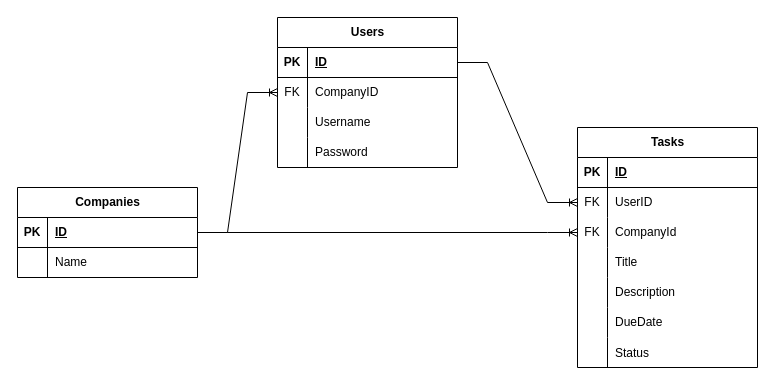
DavidUKr/TimeManager keeps this draw.io diagram as Extras/DBTimeMan.drawio. Above is the earlier version. Source tidied: cells renumbered, new cells numbered last; positions are measured from the earlier drawing's top-left corner, leaving out a move shared by most shapes. Both pictures are drawn from the tidied source at 100%, with x=0, y=0 at pixel (17, 17).
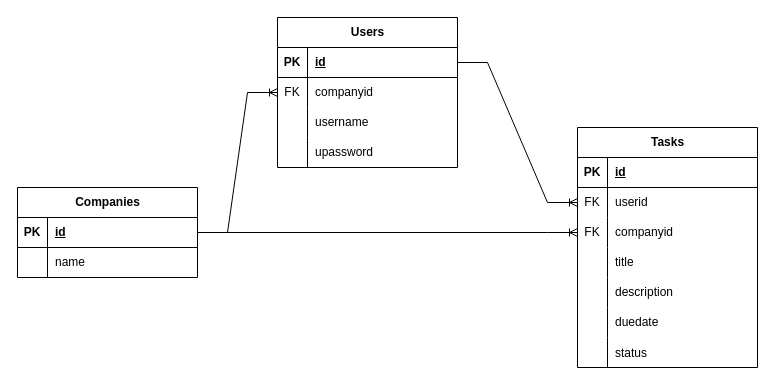
The same diagram, later.

The change refers to these unchanged cells:
```xml
<mxCell id="3" style="shape=tableRow;horizontal=0;startSize=0;swimlaneHead=0;swimlaneBody=0;fillColor=none;points=[[0,0.5],[1,0.5]];portConstraint=eastwest;top=0;left=0;right=0;bottom=1;" parent="2" vertex="1">
  <mxGeometry y="30" width="180" height="30" as="geometry" />
</mxCell>
<mxCell id="6" style="shape=tableRow;horizontal=0;startSize=0;swimlaneHead=0;swimlaneBody=0;fillColor=none;top=0;left=0;right=0;bottom=0;" parent="2" vertex="1">
  <mxGeometry y="60" width="180" height="30" as="geometry" />
</mxCell>
<mxCell id="10" style="shape=tableRow;horizontal=0;startSize=0;swimlaneHead=0;swimlaneBody=0;fillColor=none;points=[[0,0.5],[1,0.5]];portConstraint=eastwest;top=0;left=0;right=0;bottom=1;" parent="9" vertex="1">
  <mxGeometry y="30" width="180" height="30" as="geometry" />
</mxCell>
<mxCell id="13" style="shape=tableRow;horizontal=0;startSize=0;swimlaneHead=0;swimlaneBody=0;fillColor=none;points=[[0,0.5],[1,0.5]];portConstraint=eastwest;top=0;left=0;right=0;bottom=0;" parent="9" vertex="1">
  <mxGeometry y="60" width="180" height="30" as="geometry" />
</mxCell>
<mxCell id="16" style="shape=tableRow;horizontal=0;startSize=0;swimlaneHead=0;swimlaneBody=0;fillColor=none;top=0;left=0;right=0;bottom=0;" parent="9" vertex="1">
  <mxGeometry y="90" width="180" height="30" as="geometry" />
</mxCell>
<mxCell id="19" style="shape=tableRow;horizontal=0;startSize=0;swimlaneHead=0;swimlaneBody=0;fillColor=none;top=0;left=0;right=0;bottom=0;" parent="9" vertex="1">
  <mxGeometry y="120" width="180" height="30" as="geometry" />
</mxCell>
<mxCell id="24" style="shape=tableRow;horizontal=0;startSize=0;swimlaneHead=0;swimlaneBody=0;fillColor=none;top=0;left=0;right=0;bottom=1;" parent="23" vertex="1">
  <mxGeometry y="30" width="180" height="30" as="geometry" />
</mxCell>
<mxCell id="27" style="shape=tableRow;horizontal=0;startSize=0;swimlaneHead=0;swimlaneBody=0;fillColor=none;points=[[0,0.5],[1,0.5]];portConstraint=eastwest;top=0;left=0;right=0;bottom=0;" parent="23" vertex="1">
  <mxGeometry y="60" width="180" height="30" as="geometry" />
</mxCell>
<mxCell id="30" style="shape=tableRow;horizontal=0;startSize=0;swimlaneHead=0;swimlaneBody=0;fillColor=none;points=[[0,0.5],[1,0.5]];portConstraint=eastwest;top=0;left=0;right=0;bottom=0;" parent="23" vertex="1">
  <mxGeometry y="90" width="180" height="30" as="geometry" />
</mxCell>
<mxCell id="33" style="shape=tableRow;horizontal=0;startSize=0;swimlaneHead=0;swimlaneBody=0;fillColor=none;top=0;left=0;right=0;bottom=0;" parent="23" vertex="1">
  <mxGeometry y="120" width="180" height="30" as="geometry" />
</mxCell>
<mxCell id="36" style="shape=tableRow;horizontal=0;startSize=0;swimlaneHead=0;swimlaneBody=0;fillColor=none;top=0;left=0;right=0;bottom=0;" parent="23" vertex="1">
  <mxGeometry y="150" width="180" height="30" as="geometry" />
</mxCell>
<mxCell id="39" style="shape=tableRow;horizontal=0;startSize=0;swimlaneHead=0;swimlaneBody=0;fillColor=none;top=0;left=0;right=0;bottom=0;" parent="23" vertex="1">
  <mxGeometry y="180" width="180" height="30" as="geometry" />
</mxCell>
<mxCell id="42" style="shape=tableRow;horizontal=0;startSize=0;swimlaneHead=0;swimlaneBody=0;fillColor=none;top=0;left=0;right=0;bottom=0;" parent="23" vertex="1">
  <mxGeometry y="210" width="180" height="30" as="geometry" />
</mxCell>
```

Diff of the diagram source:
```diff
@@
-    <mxCell id="5" value="ID" style="shape=partialRectangle;fillColor=none;top=0;left=0;bottom=0;right=0;align=left;spacingLeft=6;fontStyle=5;overflow=hidden;whiteSpace=wrap;html=1;" parent="3" vertex="1">
+    <mxCell id="5" value="id" style="shape=partialRectangle;fillColor=none;top=0;left=0;bottom=0;right=0;align=left;spacingLeft=6;fontStyle=5;overflow=hidden;whiteSpace=wrap;html=1;" parent="3" vertex="1">
       <mxGeometry x="30" width="150" height="30" as="geometry" />
     </mxCell>
@@
-    <mxCell id="8" value="Name" style="shape=partialRectangle;fillColor=none;top=0;left=0;bottom=0;right=0;align=left;spacingLeft=6;overflow=hidden;whiteSpace=wrap;html=1;" parent="6" vertex="1">
+    <mxCell id="8" value="name" style="shape=partialRectangle;fillColor=none;top=0;left=0;bottom=0;right=0;align=left;spacingLeft=6;overflow=hidden;whiteSpace=wrap;html=1;" parent="6" vertex="1">
       <mxGeometry x="30" width="150" height="30" as="geometry" />
     </mxCell>
@@
-    <mxCell id="12" value="ID" style="shape=partialRectangle;fillColor=none;top=0;left=0;bottom=0;right=0;align=left;spacingLeft=6;fontStyle=5;overflow=hidden;whiteSpace=wrap;html=1;" parent="10" vertex="1">
+    <mxCell id="12" value="id" style="shape=partialRectangle;fillColor=none;top=0;left=0;bottom=0;right=0;align=left;spacingLeft=6;fontStyle=5;overflow=hidden;whiteSpace=wrap;html=1;" parent="10" vertex="1">
       <mxGeometry x="30" width="150" height="30" as="geometry" />
     </mxCell>
@@
-    <mxCell id="15" value="CompanyID" style="shape=partialRectangle;fillColor=none;top=0;left=0;bottom=0;right=0;align=left;spacingLeft=6;overflow=hidden;whiteSpace=wrap;html=1;" parent="13" vertex="1">
+    <mxCell id="15" value="companyid" style="shape=partialRectangle;fillColor=none;top=0;left=0;bottom=0;right=0;align=left;spacingLeft=6;overflow=hidden;whiteSpace=wrap;html=1;" parent="13" vertex="1">
       <mxGeometry x="30" width="150" height="30" as="geometry" />
     </mxCell>
@@
-    <mxCell id="18" value="Username" style="shape=partialRectangle;fillColor=none;top=0;left=0;bottom=0;right=0;align=left;spacingLeft=6;overflow=hidden;whiteSpace=wrap;html=1;" parent="16" vertex="1">
+    <mxCell id="18" value="username" style="shape=partialRectangle;fillColor=none;top=0;left=0;bottom=0;right=0;align=left;spacingLeft=6;overflow=hidden;whiteSpace=wrap;html=1;" parent="16" vertex="1">
       <mxGeometry x="30" width="150" height="30" as="geometry" />
     </mxCell>
@@
-    <mxCell id="21" value="Password" style="shape=partialRectangle;fillColor=none;top=0;left=0;bottom=0;right=0;align=left;spacingLeft=6;overflow=hidden;whiteSpace=wrap;html=1;" parent="19" vertex="1">
+    <mxCell id="21" value="upassword" style="shape=partialRectangle;fillColor=none;top=0;left=0;bottom=0;right=0;align=left;spacingLeft=6;overflow=hidden;whiteSpace=wrap;html=1;" parent="19" vertex="1">
       <mxGeometry x="30" width="150" height="30" as="geometry" />
     </mxCell>
@@
-    <mxCell id="26" value="ID" style="shape=partialRectangle;fillColor=none;top=0;left=0;bottom=0;right=0;align=left;spacingLeft=6;fontStyle=5;overflow=hidden;whiteSpace=wrap;html=1;" parent="24" vertex="1">
+    <mxCell id="26" value="id" style="shape=partialRectangle;fillColor=none;top=0;left=0;bottom=0;right=0;align=left;spacingLeft=6;fontStyle=5;overflow=hidden;whiteSpace=wrap;html=1;" parent="24" vertex="1">
       <mxGeometry x="30" width="150" height="30" as="geometry" />
     </mxCell>
@@
-    <mxCell id="29" value="UserID" style="shape=partialRectangle;fillColor=none;top=0;left=0;bottom=0;right=0;align=left;spacingLeft=6;fontStyle=0;overflow=hidden;whiteSpace=wrap;html=1;" parent="27" vertex="1">
+    <mxCell id="29" value="userid" style="shape=partialRectangle;fillColor=none;top=0;left=0;bottom=0;right=0;align=left;spacingLeft=6;fontStyle=0;overflow=hidden;whiteSpace=wrap;html=1;" parent="27" vertex="1">
       <mxGeometry x="30" width="150" height="30" as="geometry" />
     </mxCell>
@@
-    <mxCell id="32" value="CompanyId" style="shape=partialRectangle;fillColor=none;top=0;left=0;bottom=0;right=0;align=left;spacingLeft=6;fontStyle=0;overflow=hidden;whiteSpace=wrap;html=1;" parent="30" vertex="1">
+    <mxCell id="32" value="companyid" style="shape=partialRectangle;fillColor=none;top=0;left=0;bottom=0;right=0;align=left;spacingLeft=6;fontStyle=0;overflow=hidden;whiteSpace=wrap;html=1;" parent="30" vertex="1">
       <mxGeometry x="30" width="150" height="30" as="geometry" />
     </mxCell>
@@
-    <mxCell id="35" value="Title" style="shape=partialRectangle;fillColor=none;top=0;left=0;bottom=0;right=0;align=left;spacingLeft=6;overflow=hidden;whiteSpace=wrap;html=1;" parent="33" vertex="1">
+    <mxCell id="35" value="title" style="shape=partialRectangle;fillColor=none;top=0;left=0;bottom=0;right=0;align=left;spacingLeft=6;overflow=hidden;whiteSpace=wrap;html=1;" parent="33" vertex="1">
       <mxGeometry x="30" width="150" height="30" as="geometry" />
     </mxCell>
@@
-    <mxCell id="38" value="Description" style="shape=partialRectangle;fillColor=none;top=0;left=0;bottom=0;right=0;align=left;spacingLeft=6;overflow=hidden;whiteSpace=wrap;html=1;" parent="36" vertex="1">
+    <mxCell id="38" value="description" style="shape=partialRectangle;fillColor=none;top=0;left=0;bottom=0;right=0;align=left;spacingLeft=6;overflow=hidden;whiteSpace=wrap;html=1;" parent="36" vertex="1">
       <mxGeometry x="30" width="150" height="30" as="geometry" />
     </mxCell>
@@
-    <mxCell id="41" value="DueDate" style="shape=partialRectangle;fillColor=none;top=0;left=0;bottom=0;right=0;align=left;spacingLeft=6;overflow=hidden;whiteSpace=wrap;html=1;" parent="39" vertex="1">
+    <mxCell id="41" value="duedate" style="shape=partialRectangle;fillColor=none;top=0;left=0;bottom=0;right=0;align=left;spacingLeft=6;overflow=hidden;whiteSpace=wrap;html=1;" parent="39" vertex="1">
       <mxGeometry x="30" width="150" height="30" as="geometry" />
     </mxCell>
@@
-    <mxCell id="44" value="Status" style="shape=partialRectangle;fillColor=none;top=0;left=0;bottom=0;right=0;align=left;spacingLeft=6;overflow=hidden;" parent="42" vertex="1">
+    <mxCell id="44" value="status" style="shape=partialRectangle;fillColor=none;top=0;left=0;bottom=0;right=0;align=left;spacingLeft=6;overflow=hidden;" parent="42" vertex="1">
       <mxGeometry x="30" width="150" height="30" as="geometry" />
     </mxCell>
```
